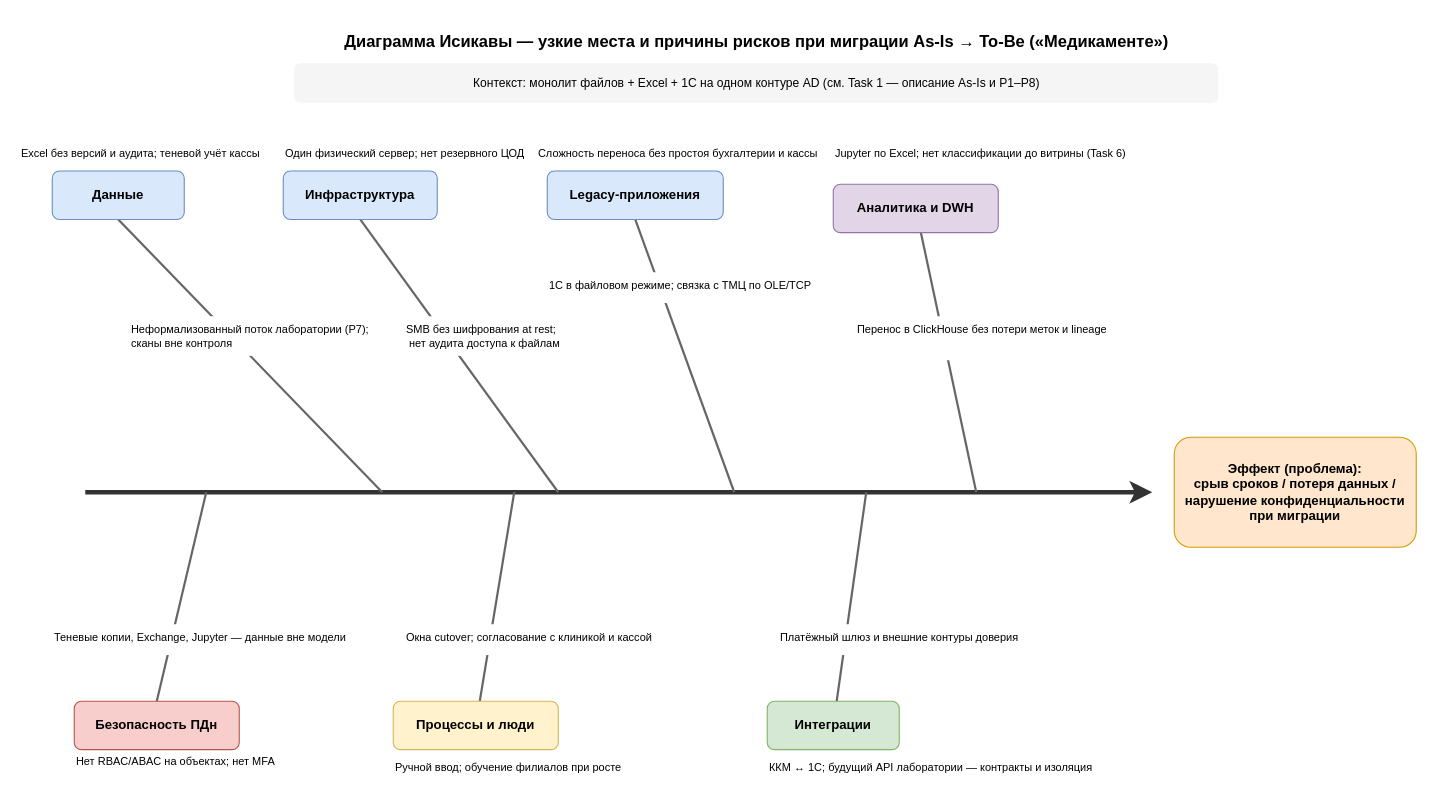
The draw.io diagram Task4/ishikawa-migration-bottlenecks.drawio in aymanstepanova/architecture-medikamente, before the edit. Source tidied: cells renumbered, new cells numbered last; positions are measured from the earlier drawing's top-left corner, leaving out a move shared by most shapes. Both pictures are drawn from the tidied source at 110%, with x=0, y=0 at pixel (19, 19).
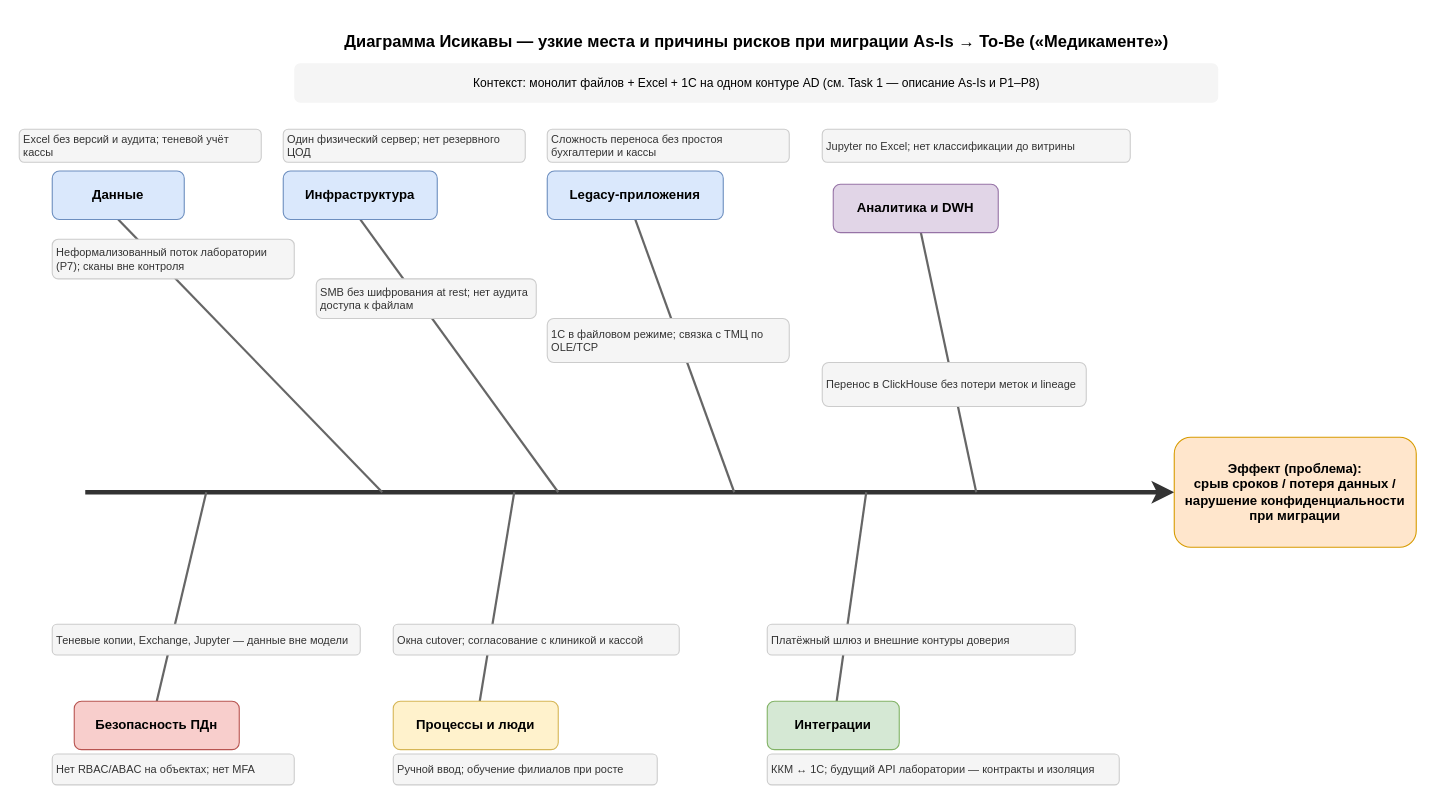
Above is the later version.

Commit message:
task4: диаграмма Исикавы

Change to the diagram source:
```diff
@@
     <mxCell id="4" style="endArrow=classic;html=1;strokeWidth=4;strokeColor=#333333;endFill=1;endSize=8;" parent="1" edge="1">
       <mxGeometry relative="1" as="geometry">
         <mxPoint x="60" y="430" as="sourcePoint" />
-        <mxPoint x="1030" y="430" as="targetPoint" />
+        <mxPoint x="1050" y="430" as="targetPoint" />
       </mxGeometry>
     </mxCell>
@@
-    <mxCell id="8" value="Excel без версий и аудита; теневой учёт кассы" style="text;html=1;strokeColor=none;fillColor=none;align=left;fontSize=10;spacing=2;" parent="1" vertex="1">
-      <mxGeometry y="110" width="230" height="24" as="geometry" />
+    <mxCell id="8" value="Excel без версий и аудита; теневой учёт кассы" style="rounded=1;whiteSpace=wrap;html=1;strokeColor=#cccccc;fillColor=#f5f5f5;fontColor=#333333;align=left;fontSize=10;spacing=4;" parent="1" vertex="1">
+      <mxGeometry y="100" width="220" height="30" as="geometry" />
     </mxCell>
-    <mxCell id="9" value="Неформализованный поток лаборатории (P7);&amp;nbsp;&lt;div&gt;сканы вне контроля&lt;/div&gt;" style="text;html=1;strokeColor=none;fillColor=default;align=left;fontSize=10;spacing=2;" parent="1" vertex="1">
-      <mxGeometry x="100" y="270" width="220" height="36" as="geometry" />
+    <mxCell id="9" value="Неформализованный поток лаборатории (P7); сканы вне контроля" style="rounded=1;whiteSpace=wrap;html=1;strokeColor=#cccccc;fillColor=#f5f5f5;fontColor=#333333;align=left;fontSize=10;spacing=4;" parent="1" vertex="1">
+      <mxGeometry x="30" y="200" width="220" height="36" as="geometry" />
     </mxCell>
@@
-    <mxCell id="12" value="Один физический сервер; нет резервного ЦОД" style="text;html=1;strokeColor=none;fillColor=none;align=left;fontSize=10;" parent="1" vertex="1">
-      <mxGeometry x="240" y="110" width="230" height="28" as="geometry" />
+    <mxCell id="12" value="Один физический сервер; нет резервного ЦОД" style="rounded=1;whiteSpace=wrap;html=1;strokeColor=#cccccc;fillColor=#f5f5f5;fontColor=#333333;align=left;fontSize=10;spacing=4;" parent="1" vertex="1">
+      <mxGeometry x="240" y="100" width="220" height="30" as="geometry" />
     </mxCell>
-    <mxCell id="13" value="SMB без шифрования at rest;&lt;div&gt;&amp;nbsp;нет аудита доступа к файлам&lt;/div&gt;" style="text;html=1;strokeColor=none;fillColor=default;align=left;fontSize=10;" parent="1" vertex="1">
-      <mxGeometry x="350" y="270" width="200" height="36" as="geometry" />
+    <mxCell id="13" value="SMB без шифрования at rest; нет аудита доступа к файлам" style="rounded=1;whiteSpace=wrap;html=1;strokeColor=#cccccc;fillColor=#f5f5f5;fontColor=#333333;align=left;fontSize=10;spacing=4;" parent="1" vertex="1">
+      <mxGeometry x="270" y="236" width="200" height="36" as="geometry" />
     </mxCell>
@@
-    <mxCell id="16" value="1С в файловом режиме; связка с ТМЦ по OLE/TCP" style="text;html=1;strokeColor=none;fillColor=default;align=left;fontSize=10;" parent="1" vertex="1">
-      <mxGeometry x="480" y="230" width="260" height="28" as="geometry" />
+    <mxCell id="16" value="1С в файловом режиме; связка с ТМЦ по OLE/TCP" style="rounded=1;whiteSpace=wrap;html=1;strokeColor=#cccccc;fillColor=#f5f5f5;fontColor=#333333;align=left;fontSize=10;spacing=4;" parent="1" vertex="1">
+      <mxGeometry x="480" y="272" width="220" height="40" as="geometry" />
     </mxCell>
-    <mxCell id="17" value="Сложность переноса без простоя бухгалтерии и кассы" style="text;html=1;strokeColor=none;fillColor=none;align=left;fontSize=10;" parent="1" vertex="1">
-      <mxGeometry x="470" y="110" width="280" height="28" as="geometry" />
+    <mxCell id="17" value="Сложность переноса без простоя бухгалтерии и кассы" style="rounded=1;whiteSpace=wrap;html=1;strokeColor=#cccccc;fillColor=#f5f5f5;fontColor=#333333;align=left;fontSize=10;spacing=4;" parent="1" vertex="1">
+      <mxGeometry x="480" y="100" width="220" height="30" as="geometry" />
     </mxCell>
@@
-    <mxCell id="20" value="Нет RBAC/ABAC на объектах; нет MFA" style="text;html=1;strokeColor=none;fillColor=none;align=left;fontSize=10;" parent="1" vertex="1">
-      <mxGeometry x="50" y="662" width="220" height="28" as="geometry" />
+    <mxCell id="20" value="Нет RBAC/ABAC на объектах; нет MFA" style="rounded=1;whiteSpace=wrap;html=1;strokeColor=#cccccc;fillColor=#f5f5f5;fontColor=#333333;align=left;fontSize=10;spacing=4;" parent="1" vertex="1">
+      <mxGeometry x="30" y="668" width="220" height="28" as="geometry" />
     </mxCell>
-    <mxCell id="21" value="Теневые копии, Exchange, Jupyter — данные вне модели" style="text;html=1;strokeColor=none;fillColor=default;align=left;fontSize=10;" parent="1" vertex="1">
+    <mxCell id="21" value="Теневые копии, Exchange, Jupyter — данные вне модели" style="rounded=1;whiteSpace=wrap;html=1;strokeColor=#cccccc;fillColor=#f5f5f5;fontColor=#333333;align=left;fontSize=10;spacing=4;" parent="1" vertex="1">
       <mxGeometry x="30" y="550" width="280" height="28" as="geometry" />
     </mxCell>
@@
-    <mxCell id="24" value="Ручной ввод; обучение филиалов при росте" style="text;html=1;strokeColor=none;fillColor=none;align=left;fontSize=10;" parent="1" vertex="1">
+    <mxCell id="24" value="Ручной ввод; обучение филиалов при росте" style="rounded=1;whiteSpace=wrap;html=1;strokeColor=#cccccc;fillColor=#f5f5f5;fontColor=#333333;align=left;fontSize=10;spacing=4;" parent="1" vertex="1">
       <mxGeometry x="340" y="668" width="240" height="28" as="geometry" />
     </mxCell>
-    <mxCell id="25" value="Окна cutover; согласование с клиникой и кассой" style="text;html=1;strokeColor=none;fillColor=default;align=left;fontSize=10;" parent="1" vertex="1">
-      <mxGeometry x="350" y="550" width="260" height="28" as="geometry" />
+    <mxCell id="25" value="Окна cutover; согласование с клиникой и кассой" style="rounded=1;whiteSpace=wrap;html=1;strokeColor=#cccccc;fillColor=#f5f5f5;fontColor=#333333;align=left;fontSize=10;spacing=4;" parent="1" vertex="1">
+      <mxGeometry x="340" y="550" width="260" height="28" as="geometry" />
     </mxCell>
@@
-    <mxCell id="28" value="ККМ ↔ 1С; будущий API лаборатории — контракты и изоляция" style="text;html=1;strokeColor=none;fillColor=none;align=left;fontSize=10;" parent="1" vertex="1">
+    <mxCell id="28" value="ККМ ↔ 1С; будущий API лаборатории — контракты и изоляция" style="rounded=1;whiteSpace=wrap;html=1;strokeColor=#cccccc;fillColor=#f5f5f5;fontColor=#333333;align=left;fontSize=10;spacing=4;" parent="1" vertex="1">
       <mxGeometry x="680" y="668" width="320" height="28" as="geometry" />
     </mxCell>
-    <mxCell id="29" value="Платёжный шлюз и внешние контуры доверия" style="text;html=1;strokeColor=none;fillColor=default;align=left;fontSize=10;" parent="1" vertex="1">
-      <mxGeometry x="690" y="550" width="280" height="28" as="geometry" />
+    <mxCell id="29" value="Платёжный шлюз и внешние контуры доверия" style="rounded=1;whiteSpace=wrap;html=1;strokeColor=#cccccc;fillColor=#f5f5f5;fontColor=#333333;align=left;fontSize=10;spacing=4;" parent="1" vertex="1">
+      <mxGeometry x="680" y="550" width="280" height="28" as="geometry" />
     </mxCell>
@@
-    <mxCell id="32" value="Jupyter по Excel; нет классификации до витрины (Task 6)" style="text;html=1;strokeColor=none;fillColor=none;align=left;fontSize=10;" parent="1" vertex="1">
-      <mxGeometry x="740" y="110" width="320" height="28" as="geometry" />
+    <mxCell id="32" value="Jupyter по Excel; нет классификации до витрины&amp;nbsp;" style="rounded=1;whiteSpace=wrap;html=1;strokeColor=#cccccc;fillColor=#f5f5f5;fontColor=#333333;align=left;fontSize=10;spacing=4;" parent="1" vertex="1">
+      <mxGeometry x="730" y="100" width="280" height="30" as="geometry" />
     </mxCell>
-    <mxCell id="33" value="Перенос в ClickHouse без потери меток и lineage" style="text;html=1;strokeColor=none;fillColor=default;align=left;fontSize=10;" parent="1" vertex="1">
-      <mxGeometry x="760" y="270" width="240" height="40" as="geometry" />
+    <mxCell id="33" value="Перенос в ClickHouse без потери меток и lineage" style="rounded=1;whiteSpace=wrap;html=1;strokeColor=#cccccc;fillColor=#f5f5f5;fontColor=#333333;align=left;fontSize=10;spacing=4;" parent="1" vertex="1">
+      <mxGeometry x="730" y="312" width="240" height="40" as="geometry" />
     </mxCell>
```
